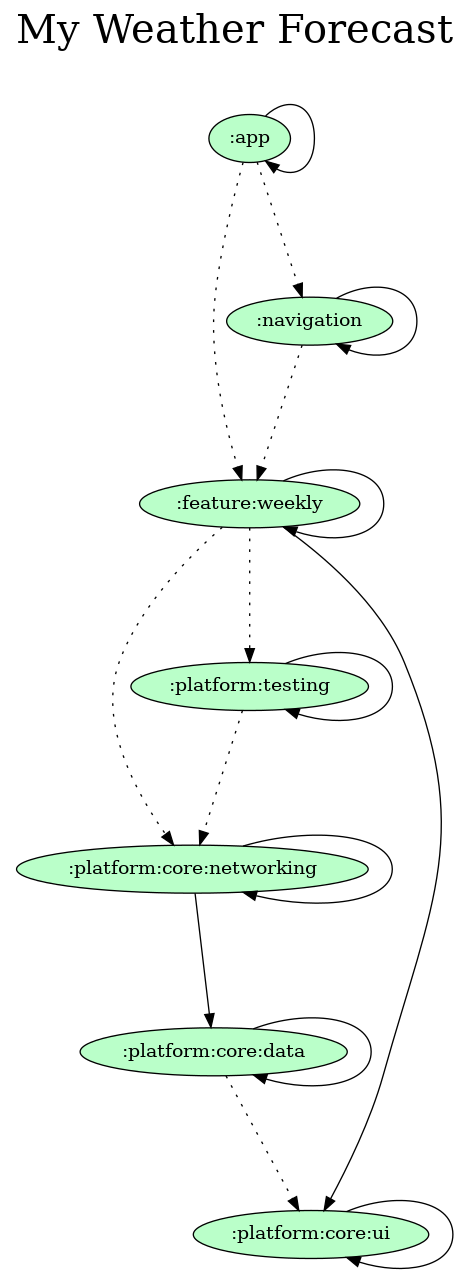
This is gradle/dependency-graph/project.dot.png from orogersilva/myweatherforecast, a Graphviz export, as it was before one commit. Its source is kept beside it as gradle/dependency-graph/project.dot.
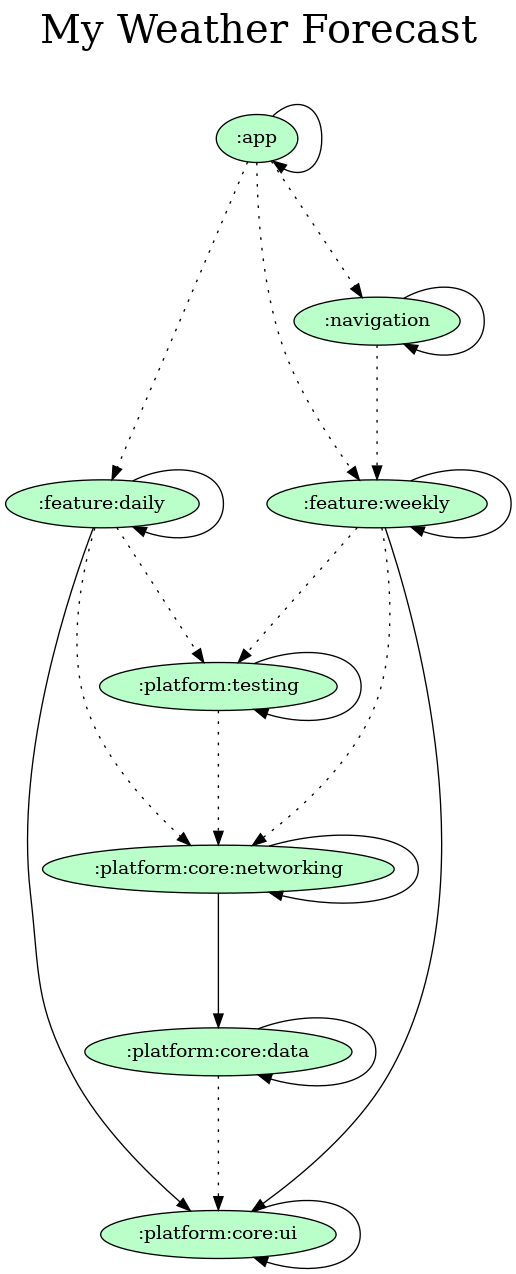
The same file after the commit.

Commit message:
docs: Updating dependency graph

Diff of the diagram source:
```diff
@@ -6,6 +6,7 @@
   # Projects
 
   ":app" [fillcolor="#baffc9"];
+  ":feature:daily" [fillcolor="#baffc9"];
   ":feature:weekly" [fillcolor="#baffc9"];
   ":navigation" [fillcolor="#baffc9"];
   ":platform:core:data" [fillcolor="#baffc9"];
@@ -18,10 +19,15 @@
   # Dependencies
 
   ":app" -> ":app"
+  ":app" -> ":feature:daily" [style=dotted]
   ":app" -> ":feature:weekly" [style=dotted]
   ":app" -> ":navigation" [style=dotted]
   ":navigation" -> ":navigation"
   ":navigation" -> ":feature:weekly" [style=dotted]
+  ":feature:daily" -> ":platform:core:ui"
+  ":feature:daily" -> ":feature:daily"
+  ":feature:daily" -> ":platform:core:networking" [style=dotted]
+  ":feature:daily" -> ":platform:testing" [style=dotted]
   ":feature:weekly" -> ":platform:core:ui"
   ":feature:weekly" -> ":feature:weekly"
   ":feature:weekly" -> ":platform:core:networking" [style=dotted]
```
